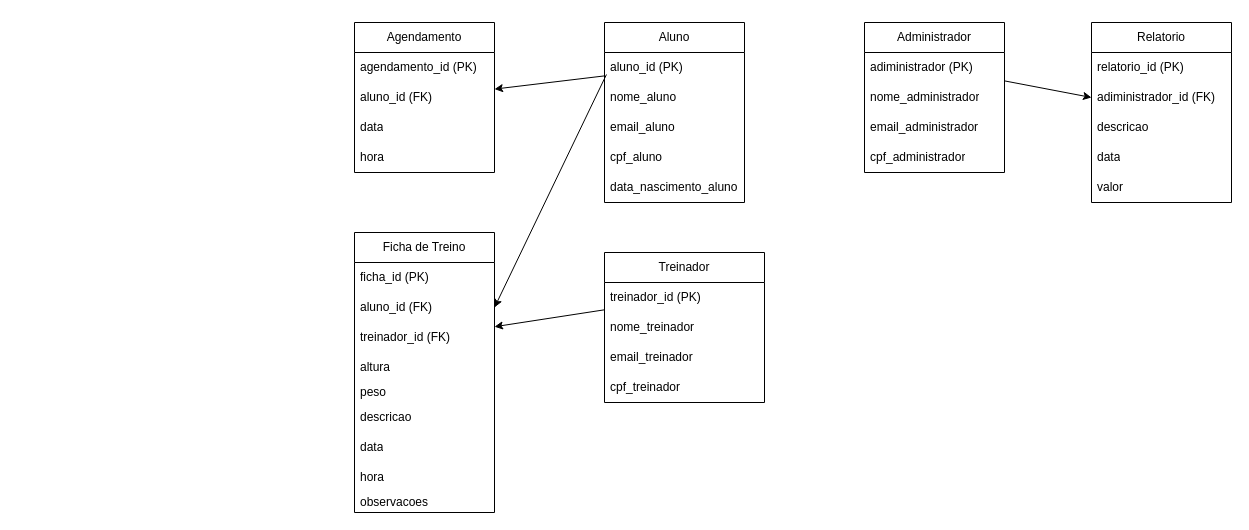
The draw.io diagram modelo logico.drawio in gyma-project/gyma-docs, before the edit. Source tidied: cells renumbered, new cells numbered last; positions are measured from the earlier drawing's top-left corner, leaving out a move shared by most shapes. Both pictures are drawn from the tidied source at 100%, with x=0, y=0 at pixel (354, 22).
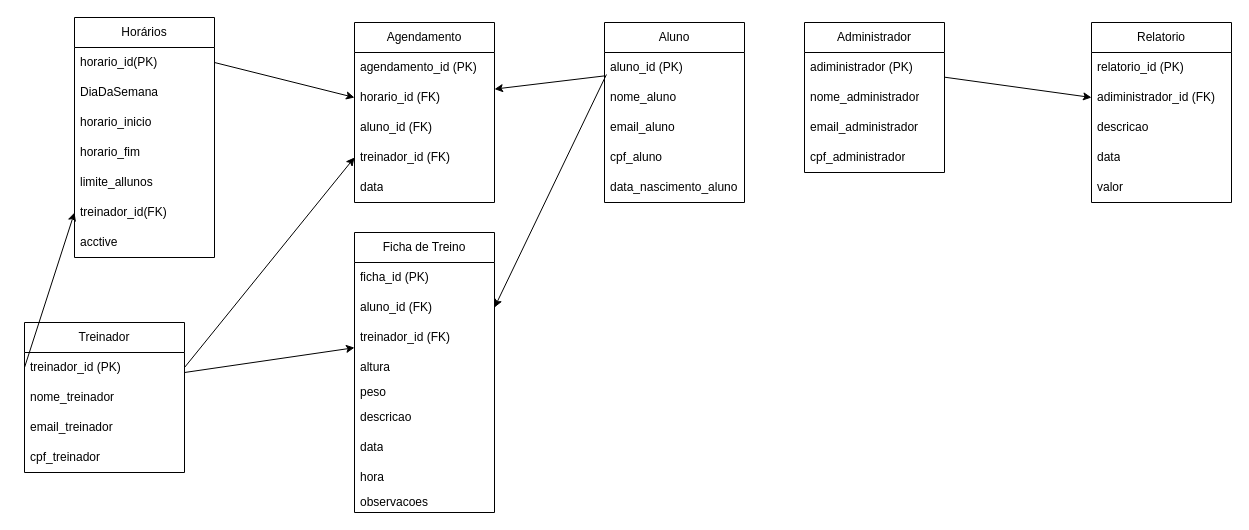
The same page after the edit.

Commit message (it also covers changes not shown here):
atualizando a eap e o modelo lógico

The change refers to these unchanged cells:
```xml
<mxCell id="9" value="treinador_id (PK)" style="text;strokeColor=none;fillColor=none;align=left;verticalAlign=middle;spacingLeft=4;spacingRight=4;overflow=hidden;points=[[0,0.5],[1,0.5]];portConstraint=eastwest;whiteSpace=wrap;html=1;" parent="8" vertex="1">
  <mxGeometry y="30" width="160" height="30" as="geometry" />
</mxCell>
<mxCell id="26" value="treinador_id (FK)" style="text;strokeColor=none;fillColor=none;align=left;verticalAlign=middle;spacingLeft=4;spacingRight=4;overflow=hidden;points=[[0,0.5],[1,0.5]];portConstraint=eastwest;whiteSpace=wrap;html=1;" parent="23" vertex="1">
  <mxGeometry y="90" width="140" height="30" as="geometry" />
</mxCell>
```

Change to the diagram source:
```diff
@@
     <mxCell id="8" value="Treinador" style="swimlane;fontStyle=0;horizontal=1;startSize=30;whiteSpace=wrap;html=1;" parent="1" vertex="1">
-      <mxGeometry x="250" y="230" width="160" height="150" as="geometry" />
+      <mxGeometry x="-330" y="300" width="160" height="150" as="geometry" />
     </mxCell>
@@
     <mxCell id="13" value="Administrador" style="swimlane;fontStyle=0;horizontal=1;startSize=30;whiteSpace=wrap;html=1;" parent="1" vertex="1">
-      <mxGeometry x="510" width="140" height="150" as="geometry" />
+      <mxGeometry x="450" width="140" height="150" as="geometry" />
     </mxCell>
@@
     <mxCell id="18" value="Agendamento" style="swimlane;fontStyle=0;horizontal=1;startSize=30;whiteSpace=wrap;html=1;" parent="1" vertex="1">
-      <mxGeometry width="140" height="150" as="geometry" />
+      <mxGeometry width="140" height="180" as="geometry" />
     </mxCell>
@@
-    <mxCell id="20" value="aluno_id (FK)" style="text;strokeColor=none;fillColor=none;align=left;verticalAlign=middle;spacingLeft=4;spacingRight=4;overflow=hidden;points=[[0,0.5],[1,0.5]];portConstraint=eastwest;whiteSpace=wrap;html=1;" parent="18" vertex="1">
+    <mxCell id="20" value="horario_id (FK)" style="text;strokeColor=none;fillColor=none;align=left;verticalAlign=middle;spacingLeft=4;spacingRight=4;overflow=hidden;points=[[0,0.5],[1,0.5]];portConstraint=eastwest;whiteSpace=wrap;html=1;" parent="18" vertex="1">
       <mxGeometry y="60" width="140" height="30" as="geometry" />
     </mxCell>
+    <mxCell id="43" value="aluno_id (FK)" style="text;strokeColor=none;fillColor=none;align=left;verticalAlign=middle;spacingLeft=4;spacingRight=4;overflow=hidden;whiteSpace=wrap;html=1;" parent="18" vertex="1">
+      <mxGeometry y="90" width="140" height="30" as="geometry" />
+    </mxCell>
+    <mxCell id="44" value="treinador_id (FK)" style="text;strokeColor=none;fillColor=none;align=left;verticalAlign=middle;spacingLeft=4;spacingRight=4;overflow=hidden;points=[[0,0.5],[1,0.5]];portConstraint=eastwest;whiteSpace=wrap;html=1;" parent="18" vertex="1">
+      <mxGeometry y="120" width="140" height="30" as="geometry" />
+    </mxCell>
     <mxCell id="21" value="data" style="text;strokeColor=none;fillColor=none;align=left;verticalAlign=middle;spacingLeft=4;spacingRight=4;overflow=hidden;whiteSpace=wrap;html=1;" parent="18" vertex="1">
-      <mxGeometry y="90" width="140" height="30" as="geometry" />
+      <mxGeometry y="150" width="140" height="30" as="geometry" />
     </mxCell>
-    <mxCell id="22" value="hora" style="text;strokeColor=none;fillColor=none;align=left;verticalAlign=middle;spacingLeft=4;spacingRight=4;overflow=hidden;whiteSpace=wrap;html=1;" parent="18" vertex="1">
-      <mxGeometry y="120" width="140" height="30" as="geometry" />
-    </mxCell>
@@
-    <mxCell id="41" style="edgeStyle=none;html=1;" parent="1" edge="1" source="9" target="26">
+    <mxCell id="41" style="edgeStyle=none;html=1;exitX=1;exitY=0.667;exitDx=0;exitDy=0;exitPerimeter=0;" parent="1" edge="1" source="9" target="26">
       <mxGeometry relative="1" as="geometry" />
     </mxCell>
@@
+    <mxCell id="45" value="Horários" style="swimlane;fontStyle=0;horizontal=1;startSize=30;whiteSpace=wrap;html=1;" parent="1" vertex="1">
+      <mxGeometry x="-280" y="-5" width="140" height="240" as="geometry" />
+    </mxCell>
+    <mxCell id="46" value="horario_id(PK)" style="text;strokeColor=none;fillColor=none;align=left;verticalAlign=middle;spacingLeft=4;spacingRight=4;overflow=hidden;points=[[0,0.5],[1,0.5]];portConstraint=eastwest;whiteSpace=wrap;html=1;" parent="45" vertex="1">
+      <mxGeometry y="30" width="140" height="30" as="geometry" />
+    </mxCell>
+    <mxCell id="47" value="DiaDaSemana" style="text;strokeColor=none;fillColor=none;align=left;verticalAlign=middle;spacingLeft=4;spacingRight=4;overflow=hidden;whiteSpace=wrap;html=1;" parent="45" vertex="1">
+      <mxGeometry y="60" width="140" height="30" as="geometry" />
+    </mxCell>
+    <mxCell id="48" value="horario_inicio" style="text;strokeColor=none;fillColor=none;align=left;verticalAlign=middle;spacingLeft=4;spacingRight=4;overflow=hidden;whiteSpace=wrap;html=1;" parent="45" vertex="1">
+      <mxGeometry y="90" width="140" height="30" as="geometry" />
+    </mxCell>
+    <mxCell id="49" value="horario_fim" style="text;strokeColor=none;fillColor=none;align=left;verticalAlign=middle;spacingLeft=4;spacingRight=4;overflow=hidden;whiteSpace=wrap;html=1;" parent="45" vertex="1">
+      <mxGeometry y="120" width="140" height="30" as="geometry" />
+    </mxCell>
+    <mxCell id="50" value="limite_allunos" style="text;strokeColor=none;fillColor=none;align=left;verticalAlign=middle;spacingLeft=4;spacingRight=4;overflow=hidden;whiteSpace=wrap;html=1;" parent="45" vertex="1">
+      <mxGeometry y="150" width="140" height="30" as="geometry" />
+    </mxCell>
+    <mxCell id="51" value="treinador_id(FK)" style="text;strokeColor=none;fillColor=none;align=left;verticalAlign=middle;spacingLeft=4;spacingRight=4;overflow=hidden;points=[[0,0.5],[1,0.5]];portConstraint=eastwest;whiteSpace=wrap;html=1;" parent="45" vertex="1">
+      <mxGeometry y="180" width="140" height="30" as="geometry" />
+    </mxCell>
+    <mxCell id="52" value="acctive" style="text;strokeColor=none;fillColor=none;align=left;verticalAlign=middle;spacingLeft=4;spacingRight=4;overflow=hidden;whiteSpace=wrap;html=1;" parent="45" vertex="1">
+      <mxGeometry y="210" width="140" height="30" as="geometry" />
+    </mxCell>
+    <mxCell id="53" style="edgeStyle=none;html=1;entryX=0;entryY=0.5;entryDx=0;entryDy=0;exitX=0;exitY=0.5;exitDx=0;exitDy=0;" parent="1" edge="1" source="9" target="51">
+      <mxGeometry relative="1" as="geometry" />
+    </mxCell>
+    <mxCell id="54" style="edgeStyle=none;html=1;entryX=0;entryY=0.5;entryDx=0;entryDy=0;exitX=1;exitY=0.5;exitDx=0;exitDy=0;" parent="1" edge="1" source="46" target="20">
+      <mxGeometry relative="1" as="geometry" />
+    </mxCell>
+    <mxCell id="55" style="edgeStyle=none;html=1;entryX=0;entryY=0.5;entryDx=0;entryDy=0;exitX=1;exitY=0.5;exitDx=0;exitDy=0;" parent="1" edge="1" source="9" target="44">
+      <mxGeometry relative="1" as="geometry" />
+    </mxCell>
```
